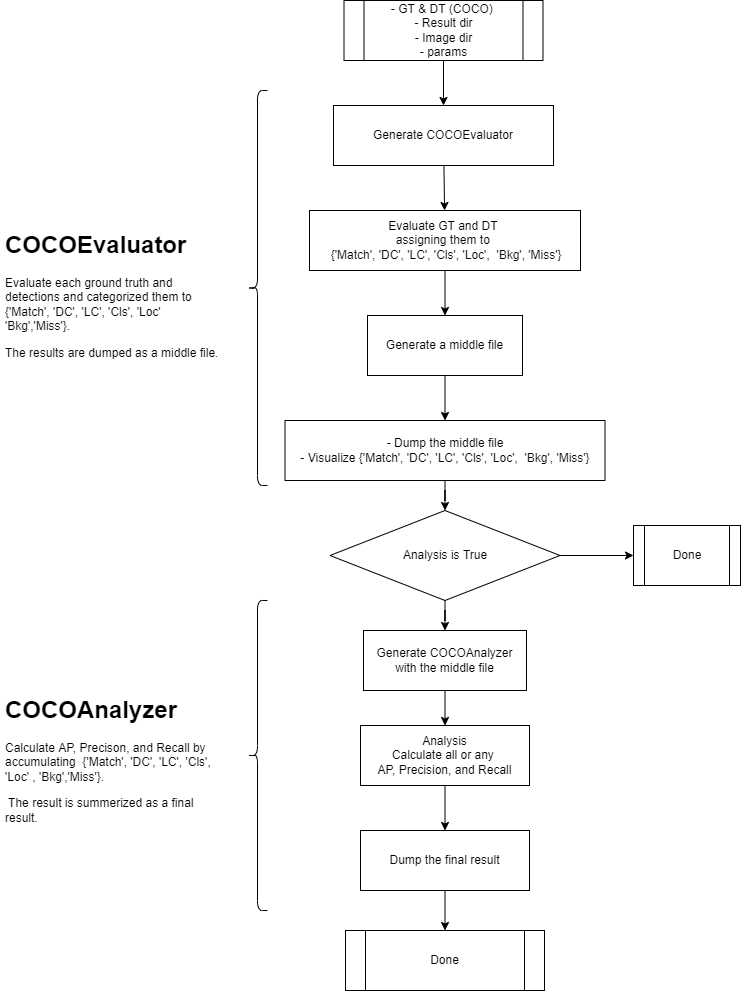
Earlier version of the draw.io export docs/figures/use_flow.drawio.png (RyotaYoneyama/analytical_map). Source tidied: cells renumbered, new cells last; positions are measured from the earlier drawing's top-left corner, leaving out a move shared by most shapes. Source of this version:
```xml
<mxGraphModel>
  <root>
    <mxCell id="0" />
    <mxCell id="1" parent="0" />
    <mxCell id="2" style="endArrow=classic;html=1;exitX=0.5;exitY=1;exitDx=0;exitDy=0;entryX=0.5;entryY=0;entryDx=0;entryDy=0;" parent="1" edge="1" source="11" target="3">
      <mxGeometry relative="1" as="geometry" />
    </mxCell>
    <mxCell id="3" value="Generate COCOEvaluator" style="rounded=0;whiteSpace=wrap;html=1;" parent="1" vertex="1">
      <mxGeometry x="333" y="105" width="220" height="60" as="geometry" />
    </mxCell>
    <mxCell id="4" value="Evaluate GT and DT &lt;br&gt;assigning them to&amp;nbsp;&lt;br&gt;&amp;nbsp;{'Match', 'DC', 'LC', 'Cls', 'Loc',&amp;nbsp; 'Bkg', 'Miss'}" style="rounded=0;whiteSpace=wrap;html=1;" parent="1" vertex="1">
      <mxGeometry x="309" y="210" width="271" height="60" as="geometry" />
    </mxCell>
    <mxCell id="5" style="endArrow=classic;html=1;" parent="1" edge="1" source="3" target="4">
      <mxGeometry relative="1" as="geometry" />
    </mxCell>
    <mxCell id="6" style="endArrow=classic;html=1;exitX=0.5;exitY=1;exitDx=0;exitDy=0;" parent="1" edge="1" source="4" target="8">
      <mxGeometry relative="1" as="geometry" />
    </mxCell>
    <mxCell id="7" style="edgeStyle=orthogonalEdgeStyle;rounded=0;jettySize=auto;html=1;" parent="1" edge="1" source="8" target="10">
      <mxGeometry relative="1" as="geometry" />
    </mxCell>
    <mxCell id="8" value="Generate a middle file&lt;br&gt;" style="rounded=0;whiteSpace=wrap;html=1;" parent="1" vertex="1">
      <mxGeometry x="367" y="315" width="155" height="60" as="geometry" />
    </mxCell>
    <mxCell id="9" style="edgeStyle=orthogonalEdgeStyle;rounded=0;jettySize=auto;html=1;" parent="1" edge="1" source="10" target="19">
      <mxGeometry relative="1" as="geometry" />
    </mxCell>
    <mxCell id="10" value="- Dump the middle file&lt;br&gt;- Visualize {'Match', 'DC', 'LC', 'Cls', 'Loc',&amp;nbsp; 'Bkg', 'Miss'}" style="rounded=0;whiteSpace=wrap;html=1;" parent="1" vertex="1">
      <mxGeometry x="284.5" y="420" width="320" height="60" as="geometry" />
    </mxCell>
    <mxCell id="11" value="&lt;span style=&quot;white-space: normal&quot;&gt;- GT &amp;amp; DT (COCO)&amp;nbsp;&lt;/span&gt;&lt;br style=&quot;white-space: normal&quot;&gt;&lt;span style=&quot;white-space: normal&quot;&gt;- Result dir&lt;/span&gt;&lt;br style=&quot;white-space: normal&quot;&gt;&lt;span style=&quot;white-space: normal&quot;&gt;- Image dir&lt;/span&gt;&lt;br style=&quot;white-space: normal&quot;&gt;&lt;span style=&quot;white-space: normal&quot;&gt;- params&lt;/span&gt;" style="shape=process;whiteSpace=wrap;html=1;backgroundOutline=1;" parent="1" vertex="1">
      <mxGeometry x="343.5" width="199" height="60" as="geometry" />
    </mxCell>
    <mxCell id="12" style="edgeStyle=orthogonalEdgeStyle;rounded=0;jettySize=auto;html=1;exitX=0.5;exitY=1;exitDx=0;exitDy=0;entryX=0.5;entryY=0;entryDx=0;entryDy=0;" parent="1" edge="1" source="13" target="15">
      <mxGeometry relative="1" as="geometry" />
    </mxCell>
    <mxCell id="13" value="Generate COCOAnalyzer&lt;br&gt;with the middle file" style="rounded=0;whiteSpace=wrap;html=1;" parent="1" vertex="1">
      <mxGeometry x="363" y="630" width="163" height="60" as="geometry" />
    </mxCell>
    <mxCell id="14" style="edgeStyle=orthogonalEdgeStyle;rounded=0;jettySize=auto;html=1;" parent="1" edge="1" source="15" target="22">
      <mxGeometry relative="1" as="geometry" />
    </mxCell>
    <mxCell id="15" value="Analysis&lt;br&gt;Calculate all or any &lt;br&gt;AP, Precision, and Recall" style="rounded=0;whiteSpace=wrap;html=1;" parent="1" vertex="1">
      <mxGeometry x="360" y="725" width="169" height="60" as="geometry" />
    </mxCell>
    <mxCell id="16" value="Done" style="shape=process;whiteSpace=wrap;html=1;backgroundOutline=1;" parent="1" vertex="1">
      <mxGeometry x="345" y="930" width="199" height="60" as="geometry" />
    </mxCell>
    <mxCell id="17" style="edgeStyle=orthogonalEdgeStyle;rounded=0;jettySize=auto;html=1;" parent="1" edge="1" source="19" target="13">
      <mxGeometry relative="1" as="geometry" />
    </mxCell>
    <mxCell id="18" style="edgeStyle=orthogonalEdgeStyle;rounded=0;jettySize=auto;html=1;entryX=0;entryY=0.5;entryDx=0;entryDy=0;" parent="1" edge="1" source="19" target="20">
      <mxGeometry relative="1" as="geometry" />
    </mxCell>
    <mxCell id="19" value="Analysis is True" style="rhombus;whiteSpace=wrap;html=1;" parent="1" vertex="1">
      <mxGeometry x="329.5" y="510" width="230" height="90" as="geometry" />
    </mxCell>
    <mxCell id="20" value="Done" style="shape=process;whiteSpace=wrap;html=1;backgroundOutline=1;" parent="1" vertex="1">
      <mxGeometry x="633" y="525" width="107" height="60" as="geometry" />
    </mxCell>
    <mxCell id="21" style="edgeStyle=orthogonalEdgeStyle;rounded=0;jettySize=auto;html=1;" parent="1" edge="1" source="22" target="16">
      <mxGeometry relative="1" as="geometry" />
    </mxCell>
    <mxCell id="22" value="Dump the final result" style="rounded=0;whiteSpace=wrap;html=1;" parent="1" vertex="1">
      <mxGeometry x="360" y="830" width="169" height="60" as="geometry" />
    </mxCell>
    <mxCell id="23" style="shape=curlyBracket;whiteSpace=wrap;html=1;rounded=1;" parent="1" vertex="1">
      <mxGeometry x="247" y="90" width="20" height="395" as="geometry" />
    </mxCell>
    <mxCell id="24" value="&lt;h1&gt;COCOEvaluator&lt;/h1&gt;&lt;p&gt;Evaluate each ground truth and detections and categorized them to {'Match', 'DC', 'LC', 'Cls', 'Loc' 'Bkg','Miss'}.&lt;/p&gt;&lt;p&gt;The results are dumped as a middle file.&lt;/p&gt;" style="text;html=1;strokeColor=none;fillColor=none;spacing=5;spacingTop=-20;whiteSpace=wrap;overflow=hidden;rounded=0;" parent="1" vertex="1">
      <mxGeometry y="225" width="230" height="135" as="geometry" />
    </mxCell>
    <mxCell id="25" style="shape=curlyBracket;whiteSpace=wrap;html=1;rounded=1;" parent="1" vertex="1">
      <mxGeometry x="247" y="600" width="20" height="310" as="geometry" />
    </mxCell>
    <mxCell id="26" value="&lt;h1&gt;COCOAnalyzer&lt;/h1&gt;&lt;p&gt;Calculate AP, Precison, and Recall by accumulating&amp;nbsp; {'Match', 'DC', 'LC', 'Cls', 'Loc' , 'Bkg','Miss'}.&lt;/p&gt;&lt;p&gt;&amp;nbsp;The result is summerized as a final result.&lt;/p&gt;&lt;p&gt;&lt;br&gt;&lt;/p&gt;" style="text;html=1;strokeColor=none;fillColor=none;spacing=5;spacingTop=-20;whiteSpace=wrap;overflow=hidden;rounded=0;" parent="1" vertex="1">
      <mxGeometry y="690" width="230" height="150" as="geometry" />
    </mxCell>
  </root>
</mxGraphModel>
```
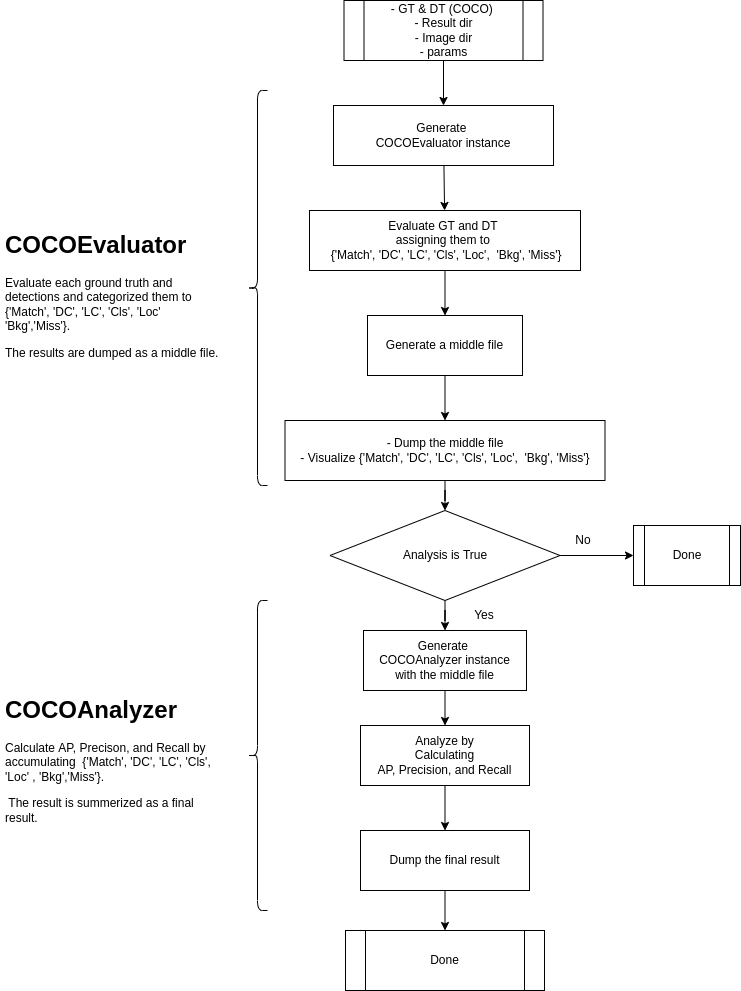
The same file after the commit.

Diff of the diagram source:
```diff
@@ -5,7 +5,7 @@
     <mxCell id="2" style="endArrow=classic;html=1;exitX=0.5;exitY=1;exitDx=0;exitDy=0;entryX=0.5;entryY=0;entryDx=0;entryDy=0;" parent="1" edge="1" source="11" target="3">
       <mxGeometry relative="1" as="geometry" />
     </mxCell>
-    <mxCell id="3" value="Generate COCOEvaluator" style="rounded=0;whiteSpace=wrap;html=1;" parent="1" vertex="1">
+    <mxCell id="3" value="Generate &lt;br&gt;COCOEvaluator instance" style="rounded=0;whiteSpace=wrap;html=1;" parent="1" vertex="1">
       <mxGeometry x="333" y="105" width="220" height="60" as="geometry" />
     </mxCell>
     <mxCell id="4" value="Evaluate GT and DT &lt;br&gt;assigning them to&amp;nbsp;&lt;br&gt;&amp;nbsp;{'Match', 'DC', 'LC', 'Cls', 'Loc',&amp;nbsp; 'Bkg', 'Miss'}" style="rounded=0;whiteSpace=wrap;html=1;" parent="1" vertex="1">
@@ -35,13 +35,13 @@
     <mxCell id="12" style="edgeStyle=orthogonalEdgeStyle;rounded=0;jettySize=auto;html=1;exitX=0.5;exitY=1;exitDx=0;exitDy=0;entryX=0.5;entryY=0;entryDx=0;entryDy=0;" parent="1" edge="1" source="13" target="15">
       <mxGeometry relative="1" as="geometry" />
     </mxCell>
-    <mxCell id="13" value="Generate COCOAnalyzer&lt;br&gt;with the middle file" style="rounded=0;whiteSpace=wrap;html=1;" parent="1" vertex="1">
+    <mxCell id="13" value="Generate &lt;br&gt;COCOAnalyzer instance&lt;br&gt;with the middle file" style="rounded=0;whiteSpace=wrap;html=1;" parent="1" vertex="1">
       <mxGeometry x="363" y="630" width="163" height="60" as="geometry" />
     </mxCell>
     <mxCell id="14" style="edgeStyle=orthogonalEdgeStyle;rounded=0;jettySize=auto;html=1;" parent="1" edge="1" source="15" target="22">
       <mxGeometry relative="1" as="geometry" />
     </mxCell>
-    <mxCell id="15" value="Analysis&lt;br&gt;Calculate all or any &lt;br&gt;AP, Precision, and Recall" style="rounded=0;whiteSpace=wrap;html=1;" parent="1" vertex="1">
+    <mxCell id="15" value="Analyze by&lt;br&gt;Calculating&lt;br&gt;AP, Precision, and Recall" style="rounded=0;whiteSpace=wrap;html=1;" parent="1" vertex="1">
       <mxGeometry x="360" y="725" width="169" height="60" as="geometry" />
     </mxCell>
     <mxCell id="16" value="Done" style="shape=process;whiteSpace=wrap;html=1;backgroundOutline=1;" parent="1" vertex="1">
@@ -77,5 +77,11 @@
     <mxCell id="26" value="&lt;h1&gt;COCOAnalyzer&lt;/h1&gt;&lt;p&gt;Calculate AP, Precison, and Recall by accumulating&amp;nbsp; {'Match', 'DC', 'LC', 'Cls', 'Loc' , 'Bkg','Miss'}.&lt;/p&gt;&lt;p&gt;&amp;nbsp;The result is summerized as a final result.&lt;/p&gt;&lt;p&gt;&lt;br&gt;&lt;/p&gt;" style="text;html=1;strokeColor=none;fillColor=none;spacing=5;spacingTop=-20;whiteSpace=wrap;overflow=hidden;rounded=0;" parent="1" vertex="1">
       <mxGeometry y="690" width="230" height="150" as="geometry" />
     </mxCell>
+    <mxCell id="27" value="No" style="text;html=1;strokeColor=none;fillColor=none;align=center;verticalAlign=middle;whiteSpace=wrap;rounded=0;" parent="1" vertex="1">
+      <mxGeometry x="553" y="525" width="60" height="30" as="geometry" />
+    </mxCell>
+    <mxCell id="28" value="Yes" style="text;html=1;strokeColor=none;fillColor=none;align=center;verticalAlign=middle;whiteSpace=wrap;rounded=0;" parent="1" vertex="1">
+      <mxGeometry x="454" y="600" width="60" height="30" as="geometry" />
+    </mxCell>
   </root>
 </mxGraphModel>
```
